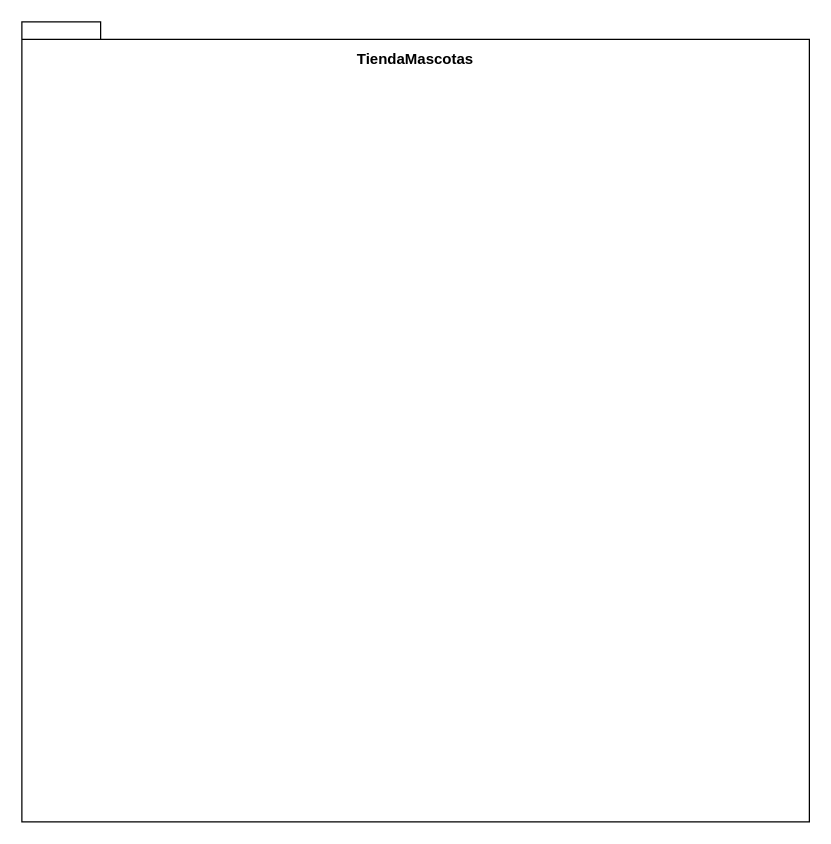
Earlier version of the draw.io diagram Actividad 3/Ejercicio3_p227/Ejercicio3_p227.drawio (luisdico313/poo). Source tidied: cells renumbered, new cells numbered last; positions are measured from the earlier drawing's top-left corner, leaving out a move shared by most shapes. Both pictures are drawn from the tidied source at 125%, with x=0, y=0 at pixel (21, 21).
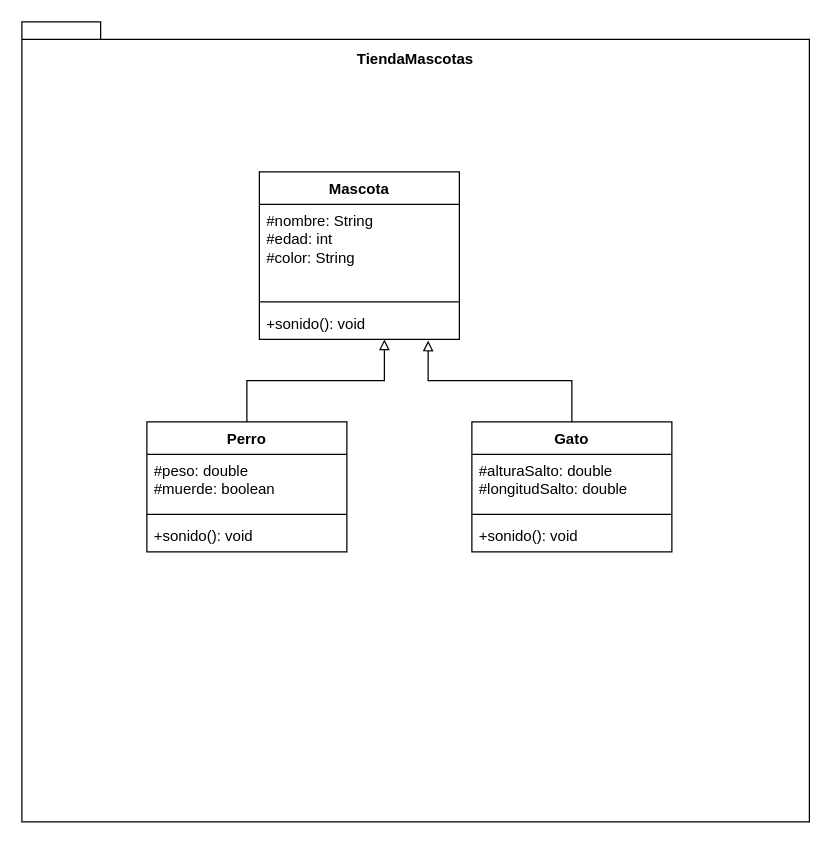
After the change.

What changed in the source:
```diff
@@
 <mxGraphModel>
   <root>
     <mxCell id="0" />
     <mxCell id="1" parent="0" />
     <mxCell id="2" value="TiendaMascotas&lt;div&gt;&lt;br&gt;&lt;/div&gt;&lt;div&gt;&lt;br&gt;&lt;/div&gt;&lt;div&gt;&lt;br&gt;&lt;/div&gt;&lt;div&gt;&lt;br&gt;&lt;/div&gt;&lt;div&gt;&lt;br&gt;&lt;/div&gt;&lt;div&gt;&lt;br&gt;&lt;/div&gt;&lt;div&gt;&lt;br&gt;&lt;/div&gt;&lt;div&gt;&lt;br&gt;&lt;/div&gt;&lt;div&gt;&lt;br&gt;&lt;/div&gt;&lt;div&gt;&lt;br&gt;&lt;/div&gt;&lt;div&gt;&lt;br&gt;&lt;/div&gt;&lt;div&gt;&lt;br&gt;&lt;/div&gt;&lt;div&gt;&lt;br&gt;&lt;/div&gt;&lt;div&gt;&lt;br&gt;&lt;/div&gt;&lt;div&gt;&lt;br&gt;&lt;/div&gt;&lt;div&gt;&lt;br&gt;&lt;/div&gt;&lt;div&gt;&lt;br&gt;&lt;/div&gt;&lt;div&gt;&lt;br&gt;&lt;/div&gt;&lt;div&gt;&lt;br&gt;&lt;/div&gt;&lt;div&gt;&lt;br&gt;&lt;/div&gt;&lt;div&gt;&lt;br&gt;&lt;/div&gt;&lt;div&gt;&lt;br&gt;&lt;/div&gt;&lt;div&gt;&lt;br&gt;&lt;/div&gt;&lt;div&gt;&lt;br&gt;&lt;/div&gt;&lt;div&gt;&lt;br&gt;&lt;/div&gt;&lt;div&gt;&lt;br&gt;&lt;/div&gt;&lt;div&gt;&lt;br&gt;&lt;/div&gt;&lt;div&gt;&lt;br&gt;&lt;/div&gt;&lt;div&gt;&lt;br&gt;&lt;/div&gt;&lt;div&gt;&lt;br&gt;&lt;/div&gt;&lt;div&gt;&lt;br&gt;&lt;/div&gt;&lt;div&gt;&lt;br&gt;&lt;/div&gt;&lt;div&gt;&lt;br&gt;&lt;/div&gt;&lt;div&gt;&lt;br&gt;&lt;/div&gt;&lt;div&gt;&lt;br&gt;&lt;/div&gt;&lt;div&gt;&lt;br&gt;&lt;/div&gt;&lt;div&gt;&lt;br&gt;&lt;/div&gt;&lt;div&gt;&lt;br&gt;&lt;/div&gt;&lt;div&gt;&lt;br&gt;&lt;/div&gt;&lt;div&gt;&lt;br&gt;&lt;/div&gt;&lt;div&gt;&lt;br&gt;&lt;/div&gt;" style="shape=folder;fontStyle=1;spacingTop=10;tabWidth=40;tabHeight=14;tabPosition=left;html=1;whiteSpace=wrap;" parent="1" vertex="1">
       <mxGeometry width="630" height="640" as="geometry" />
     </mxCell>
+    <mxCell id="3" value="Mascota" style="swimlane;fontStyle=1;align=center;verticalAlign=top;horizontal=1;startSize=26;whiteSpace=wrap;html=1;" parent="1" vertex="1">
+      <mxGeometry x="190" y="120" width="160" height="134" as="geometry" />
+    </mxCell>
+    <mxCell id="4" value="#nombre: String&lt;div&gt;#edad: int&lt;/div&gt;&lt;div&gt;#color: String&lt;/div&gt;" style="text;strokeColor=none;fillColor=none;align=left;verticalAlign=top;spacingLeft=4;spacingRight=4;overflow=hidden;whiteSpace=wrap;html=1;" parent="3" vertex="1">
+      <mxGeometry y="26" width="160" height="74" as="geometry" />
+    </mxCell>
+    <mxCell id="5" style="line;strokeWidth=1;fillColor=none;align=left;verticalAlign=middle;spacingTop=-1;spacingLeft=3;spacingRight=3;labelPosition=right;strokeColor=inherit;" parent="3" vertex="1">
+      <mxGeometry y="100" width="160" height="8" as="geometry" />
+    </mxCell>
+    <mxCell id="6" value="+sonido(): void" style="text;strokeColor=none;fillColor=none;align=left;verticalAlign=top;spacingLeft=4;spacingRight=4;overflow=hidden;points=[[0,0.5],[1,0.5]];portConstraint=eastwest;whiteSpace=wrap;html=1;" parent="3" vertex="1">
+      <mxGeometry y="108" width="160" height="26" as="geometry" />
+    </mxCell>
+    <mxCell id="7" value="Perro" style="swimlane;fontStyle=1;align=center;verticalAlign=top;horizontal=1;startSize=26;whiteSpace=wrap;html=1;" parent="1" vertex="1">
+      <mxGeometry x="100" y="320" width="160" height="104" as="geometry" />
+    </mxCell>
+    <mxCell id="8" value="#peso: double&lt;div&gt;#muerde: boolean&lt;/div&gt;" style="text;strokeColor=none;fillColor=none;align=left;verticalAlign=top;spacingLeft=4;spacingRight=4;overflow=hidden;whiteSpace=wrap;html=1;" parent="7" vertex="1">
+      <mxGeometry y="26" width="160" height="44" as="geometry" />
+    </mxCell>
+    <mxCell id="9" style="line;strokeWidth=1;fillColor=none;align=left;verticalAlign=middle;spacingTop=-1;spacingLeft=3;spacingRight=3;labelPosition=right;strokeColor=inherit;" parent="7" vertex="1">
+      <mxGeometry y="70" width="160" height="8" as="geometry" />
+    </mxCell>
+    <mxCell id="10" value="+sonido(): void" style="text;strokeColor=none;fillColor=none;align=left;verticalAlign=top;spacingLeft=4;spacingRight=4;overflow=hidden;whiteSpace=wrap;html=1;" parent="7" vertex="1">
+      <mxGeometry y="78" width="160" height="26" as="geometry" />
+    </mxCell>
+    <mxCell id="11" value="Gato" style="swimlane;fontStyle=1;align=center;verticalAlign=top;horizontal=1;startSize=26;whiteSpace=wrap;html=1;" parent="1" vertex="1">
+      <mxGeometry x="360" y="320" width="160" height="104" as="geometry" />
+    </mxCell>
+    <mxCell id="12" value="#alturaSalto: double&lt;div&gt;#longitudSalto: double&lt;/div&gt;" style="text;strokeColor=none;fillColor=none;align=left;verticalAlign=top;spacingLeft=4;spacingRight=4;overflow=hidden;whiteSpace=wrap;html=1;" parent="11" vertex="1">
+      <mxGeometry y="26" width="160" height="44" as="geometry" />
+    </mxCell>
+    <mxCell id="13" style="line;strokeWidth=1;fillColor=none;align=left;verticalAlign=middle;spacingTop=-1;spacingLeft=3;spacingRight=3;labelPosition=right;strokeColor=inherit;" parent="11" vertex="1">
+      <mxGeometry y="70" width="160" height="8" as="geometry" />
+    </mxCell>
+    <mxCell id="14" value="+sonido(): void" style="text;strokeColor=none;fillColor=none;align=left;verticalAlign=top;spacingLeft=4;spacingRight=4;overflow=hidden;whiteSpace=wrap;html=1;" parent="11" vertex="1">
+      <mxGeometry y="78" width="160" height="26" as="geometry" />
+    </mxCell>
+    <mxCell id="15" style="edgeStyle=orthogonalEdgeStyle;rounded=0;jettySize=auto;html=1;entryX=0.625;entryY=1;entryDx=0;entryDy=0;entryPerimeter=0;endArrow=block;endFill=0;" parent="1" edge="1" source="7" target="6">
+      <mxGeometry relative="1" as="geometry" />
+    </mxCell>
+    <mxCell id="16" style="edgeStyle=orthogonalEdgeStyle;rounded=0;jettySize=auto;html=1;entryX=0.844;entryY=1.038;entryDx=0;entryDy=0;entryPerimeter=0;endArrow=block;endFill=0;" parent="1" edge="1" source="11" target="6">
+      <mxGeometry relative="1" as="geometry" />
+    </mxCell>
   </root>
 </mxGraphModel>
```
